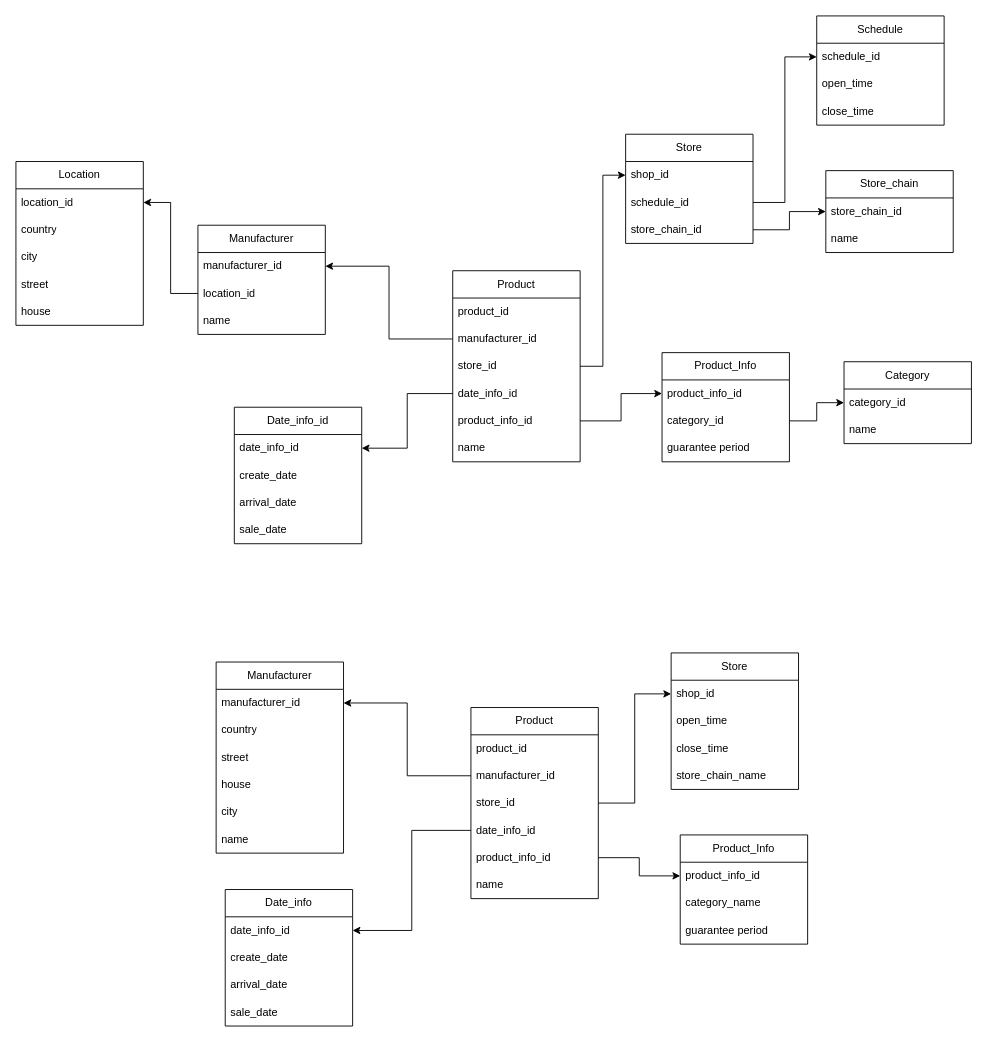
Before: Диаграмма без названия.drawio in dima3sh/repo, a draw.io diagram. Source tidied: cells renumbered, new cells numbered last; positions are measured from the earlier drawing's top-left corner, leaving out a move shared by most shapes. Both pictures are drawn from the tidied source at 91%, with x=0, y=0 at pixel (15, 15).
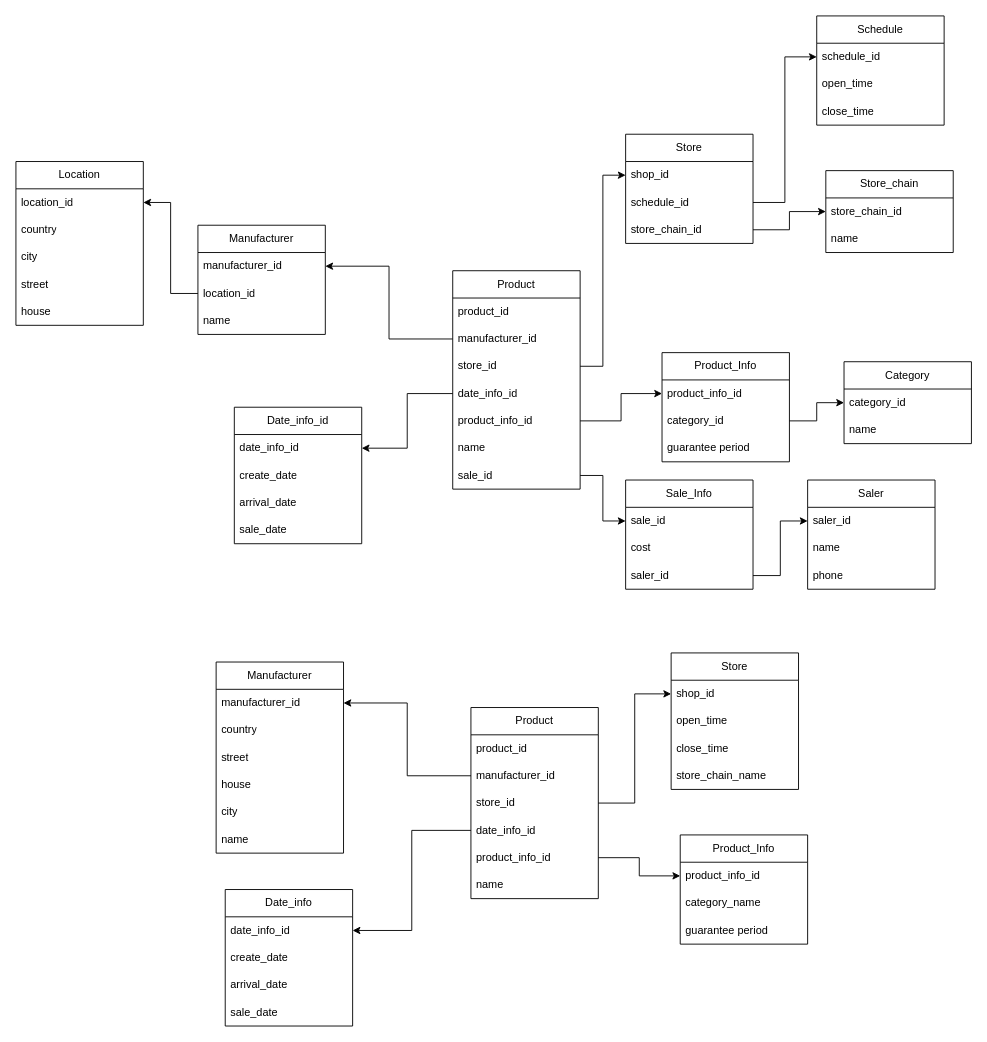
Above is the later version.

Change to the diagram source:
```diff
@@
     <mxCell id="2" value="Product" style="swimlane;fontStyle=0;horizontal=1;startSize=30;whiteSpace=wrap;html=1;" parent="1" vertex="1">
-      <mxGeometry x="480" y="280" width="140" height="210" as="geometry" />
+      <mxGeometry x="480" y="280" width="140" height="240" as="geometry" />
     </mxCell>
@@
+    <mxCell id="82" value="name" style="text;strokeColor=none;fillColor=none;align=left;verticalAlign=middle;spacingLeft=4;spacingRight=4;overflow=hidden;whiteSpace=wrap;html=1;" parent="2" vertex="1">
+      <mxGeometry y="180" width="140" height="30" as="geometry" />
+    </mxCell>
-    <mxCell id="8" value="name" style="text;strokeColor=none;fillColor=none;align=left;verticalAlign=middle;spacingLeft=4;spacingRight=4;overflow=hidden;points=[[0,0.5],[1,0.5]];portConstraint=eastwest;whiteSpace=wrap;html=1;" parent="2" vertex="1">
-      <mxGeometry y="180" width="140" height="30" as="geometry" />
+    <mxCell id="8" value="sale_id" style="text;strokeColor=none;fillColor=none;align=left;verticalAlign=middle;spacingLeft=4;spacingRight=4;overflow=hidden;points=[[0,0.5],[1,0.5]];portConstraint=eastwest;whiteSpace=wrap;html=1;" parent="2" vertex="1">
+      <mxGeometry y="210" width="140" height="30" as="geometry" />
     </mxCell>
@@
+    <mxCell id="83" value="Sale_Info" style="swimlane;fontStyle=0;horizontal=1;startSize=30;whiteSpace=wrap;html=1;" parent="1" vertex="1">
+      <mxGeometry x="670" y="510" width="140" height="120" as="geometry" />
+    </mxCell>
+    <mxCell id="84" value="sale_id" style="text;strokeColor=none;fillColor=none;align=left;verticalAlign=middle;spacingLeft=4;spacingRight=4;overflow=hidden;points=[[0,0.5],[1,0.5]];portConstraint=eastwest;whiteSpace=wrap;html=1;" parent="83" vertex="1">
+      <mxGeometry y="30" width="140" height="30" as="geometry" />
+    </mxCell>
+    <mxCell id="85" value="cost" style="text;strokeColor=none;fillColor=none;align=left;verticalAlign=middle;spacingLeft=4;spacingRight=4;overflow=hidden;whiteSpace=wrap;html=1;" parent="83" vertex="1">
+      <mxGeometry y="60" width="140" height="30" as="geometry" />
+    </mxCell>
+    <mxCell id="86" value="saler_id" style="text;strokeColor=none;fillColor=none;align=left;verticalAlign=middle;spacingLeft=4;spacingRight=4;overflow=hidden;points=[[0,0.5],[1,0.5]];portConstraint=eastwest;whiteSpace=wrap;html=1;" parent="83" vertex="1">
+      <mxGeometry y="90" width="140" height="30" as="geometry" />
+    </mxCell>
+    <mxCell id="87" value="Saler" style="swimlane;fontStyle=0;horizontal=1;startSize=30;whiteSpace=wrap;html=1;" parent="1" vertex="1">
+      <mxGeometry x="870" y="510" width="140" height="120" as="geometry" />
+    </mxCell>
+    <mxCell id="88" value="saler_id" style="text;strokeColor=none;fillColor=none;align=left;verticalAlign=middle;spacingLeft=4;spacingRight=4;overflow=hidden;points=[[0,0.5],[1,0.5]];portConstraint=eastwest;whiteSpace=wrap;html=1;" parent="87" vertex="1">
+      <mxGeometry y="30" width="140" height="30" as="geometry" />
+    </mxCell>
+    <mxCell id="89" value="name" style="text;strokeColor=none;fillColor=none;align=left;verticalAlign=middle;spacingLeft=4;spacingRight=4;overflow=hidden;whiteSpace=wrap;html=1;" parent="87" vertex="1">
+      <mxGeometry y="60" width="140" height="30" as="geometry" />
+    </mxCell>
+    <mxCell id="90" value="phone" style="text;strokeColor=none;fillColor=none;align=left;verticalAlign=middle;spacingLeft=4;spacingRight=4;overflow=hidden;whiteSpace=wrap;html=1;" parent="87" vertex="1">
+      <mxGeometry y="90" width="140" height="30" as="geometry" />
+    </mxCell>
+    <mxCell id="91" style="edgeStyle=orthogonalEdgeStyle;rounded=0;jettySize=auto;html=1;entryX=0;entryY=0.5;entryDx=0;entryDy=0;" parent="1" edge="1" source="86" target="88">
+      <mxGeometry relative="1" as="geometry" />
+    </mxCell>
+    <mxCell id="92" style="edgeStyle=orthogonalEdgeStyle;rounded=0;jettySize=auto;html=1;entryX=0;entryY=0.5;entryDx=0;entryDy=0;" parent="1" edge="1" source="8" target="84">
+      <mxGeometry relative="1" as="geometry" />
+    </mxCell>
```
